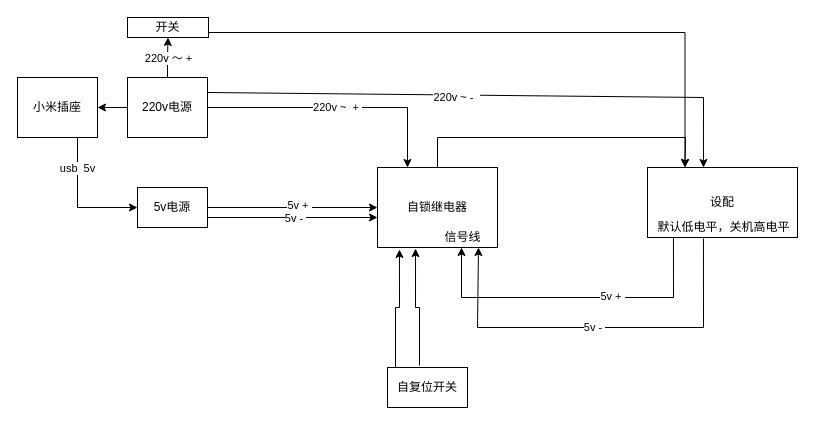
Mica-Ma/diagrams keeps this draw.io diagram as 未命名绘图.drawio. Above is the earlier version. Source tidied: cells renumbered, new cells numbered last; positions are measured from the earlier drawing's top-left corner, leaving out a move shared by most shapes. Both pictures are drawn from the tidied source at 100%, with x=0, y=0 at pixel (17, 17).
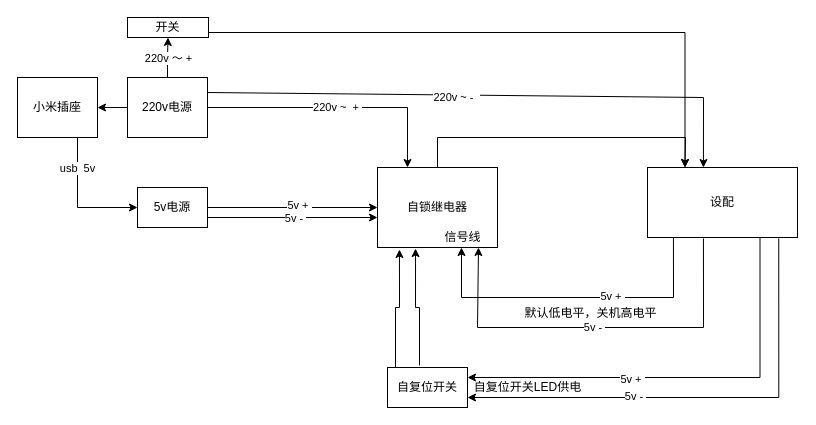
Above is the later version.

Unchanged cells that the change refers to:
```xml
<mxCell id="8" value="设配" style="rounded=0;whiteSpace=wrap;html=1;" parent="1" vertex="1">
  <mxGeometry x="630" y="150" width="150" height="70" as="geometry" />
</mxCell>
<mxCell id="17" value="自复位开关" style="rounded=0;whiteSpace=wrap;html=1;" parent="1" vertex="1">
  <mxGeometry x="370" y="350" width="80" height="40" as="geometry" />
</mxCell>
```

Change to the diagram source:
```diff
@@
+    <mxCell id="31" style="edgeStyle=orthogonalEdgeStyle;rounded=0;jettySize=auto;html=1;exitX=0.75;exitY=1;exitDx=0;exitDy=0;entryX=1;entryY=0.25;entryDx=0;entryDy=0;" parent="1" edge="1" source="8" target="17">
+      <mxGeometry relative="1" as="geometry" />
+    </mxCell>
+    <mxCell id="32" value="5v +&amp;nbsp;" style="edgeLabel;html=1;align=center;verticalAlign=middle;" parent="31" vertex="1">
+      <mxGeometry x="0.24" y="1" relative="1" as="geometry" />
+    </mxCell>
+    <mxCell id="33" style="edgeStyle=orthogonalEdgeStyle;rounded=0;jettySize=auto;html=1;exitX=0.875;exitY=1.013;exitDx=0;exitDy=0;entryX=1;entryY=0.75;entryDx=0;entryDy=0;exitPerimeter=0;" parent="1" edge="1" source="8" target="17">
+      <mxGeometry relative="1" as="geometry" />
+    </mxCell>
+    <mxCell id="34" value="5v -&amp;nbsp;" style="edgeLabel;html=1;align=center;verticalAlign=middle;" parent="33" vertex="1">
+      <mxGeometry x="0.29" y="-2" relative="1" as="geometry" />
+    </mxCell>
@@
     <mxCell id="20" value="默认低电平，关机高电平" style="text;html=1;align=center;verticalAlign=middle;strokeColor=none;fillColor=none;" parent="1" vertex="1">
-      <mxGeometry x="631" y="200" width="150" height="20" as="geometry" />
+      <mxGeometry x="498" y="286" width="150" height="20" as="geometry" />
     </mxCell>
@@
+    <mxCell id="35" value="自复位开关LED供电" style="text;html=1;align=center;verticalAlign=middle;strokeColor=none;fillColor=none;" parent="1" vertex="1">
+      <mxGeometry x="450" y="360" width="120" height="20" as="geometry" />
+    </mxCell>
```
